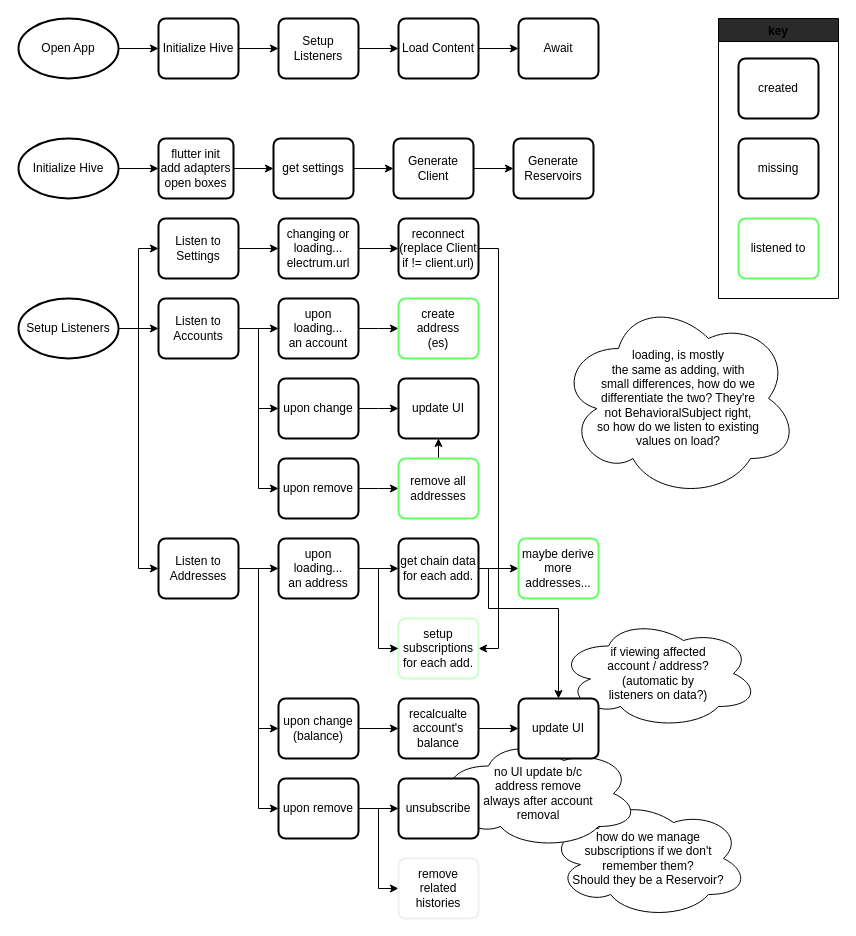
moontreeapp/moontree keeps this draw.io diagram as raven_back/docs/diagrams/startup-process.drawio. Above is the earlier version. Source tidied: cells renumbered, new cells numbered last; positions are measured from the earlier drawing's top-left corner, leaving out a move shared by most shapes. Both pictures are drawn from the tidied source at 100%, with x=0, y=0 at pixel (18, 18).
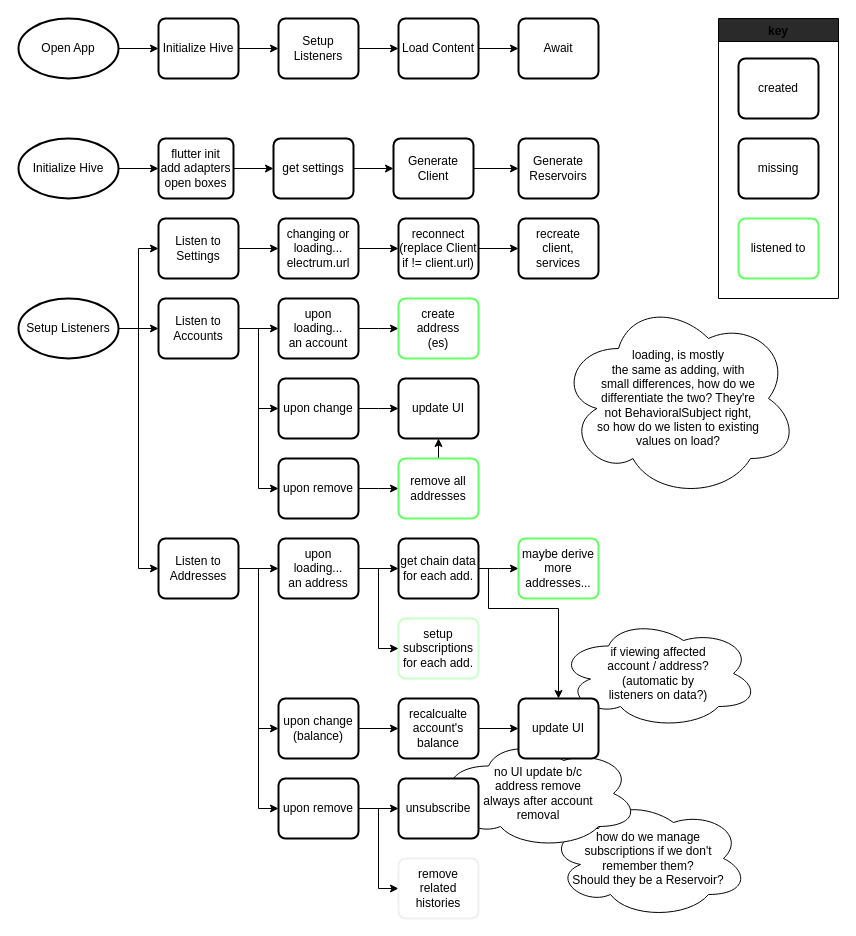
Above is the later version.

Commit message (it also covers changes not shown here):
created client and managed subscriptions

The change refers to these unchanged cells:
```xml
<mxCell id="32" value="reconnect&lt;br&gt;(replace Client if != client.url)" style="rounded=1;whiteSpace=wrap;html=1;absoluteArcSize=1;arcSize=14;strokeWidth=2;gradientColor=#ffffff;" parent="1" vertex="1">
  <mxGeometry x="380" y="200" width="80" height="60" as="geometry" />
</mxCell>
<mxCell id="34" value="setup subscriptions&lt;br&gt;for each add." style="rounded=1;whiteSpace=wrap;html=1;absoluteArcSize=1;arcSize=14;strokeWidth=2;strokeColor=#CCFFCC;" parent="1" vertex="1">
  <mxGeometry x="380" y="600" width="80" height="60" as="geometry" />
</mxCell>
```

What changed in the source:
```diff
@@
-    <mxCell id="31" style="edgeStyle=orthogonalEdgeStyle;rounded=0;jettySize=auto;html=1;entryX=1;entryY=0.5;entryDx=0;entryDy=0;" parent="1" edge="1" source="32" target="34">
-      <mxGeometry relative="1" as="geometry">
-        <Array as="points">
-          <mxPoint x="480" y="230" />
-          <mxPoint x="480" y="630" />
-        </Array>
-      </mxGeometry>
-    </mxCell>
+    <mxCell id="74" style="edgeStyle=orthogonalEdgeStyle;rounded=0;jettySize=auto;html=1;" parent="1" edge="1" source="32" target="75">
+      <mxGeometry relative="1" as="geometry" />
+    </mxCell>
@@
     <mxCell id="50" value="Generate&lt;br&gt;Reservoirs" style="rounded=1;whiteSpace=wrap;html=1;absoluteArcSize=1;arcSize=14;strokeWidth=2;" parent="1" vertex="1">
-      <mxGeometry x="495" y="120" width="80" height="60" as="geometry" />
+      <mxGeometry x="500" y="120" width="80" height="60" as="geometry" />
     </mxCell>
@@
+    <mxCell id="75" value="recreate client, services" style="rounded=1;whiteSpace=wrap;html=1;absoluteArcSize=1;arcSize=14;strokeWidth=2;" parent="1" vertex="1">
+      <mxGeometry x="500" y="200" width="80" height="60" as="geometry" />
+    </mxCell>
```
